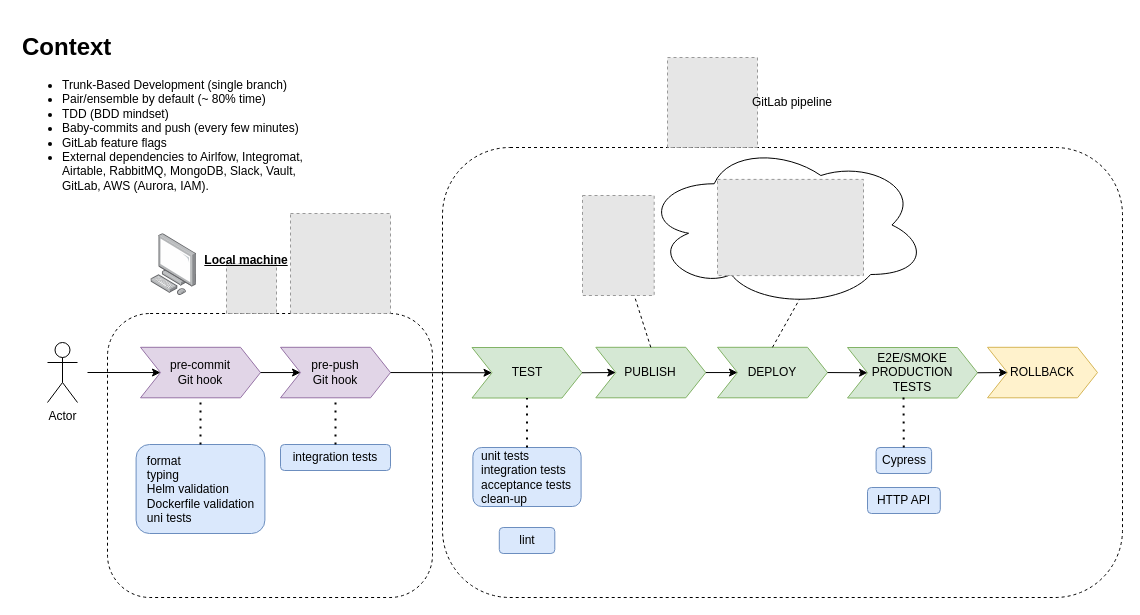
This is page "Clarity AI" (1 of 2) of talk-master-urjc-continuous-deployment/Charla URJC Despliegue Continuo.drawio from islomar/my-notes, a draw.io file, before an edit. Source tidied: cells renumbered, new cells numbered last; positions are measured from the earlier drawing's top-left corner, leaving out a move shared by most shapes. Both pictures are drawn from the tidied source at 100%, with x=0, y=0 at pixel (17, 27). Pictures stored in the file or linked from it are replaced by grey dashed boxes.
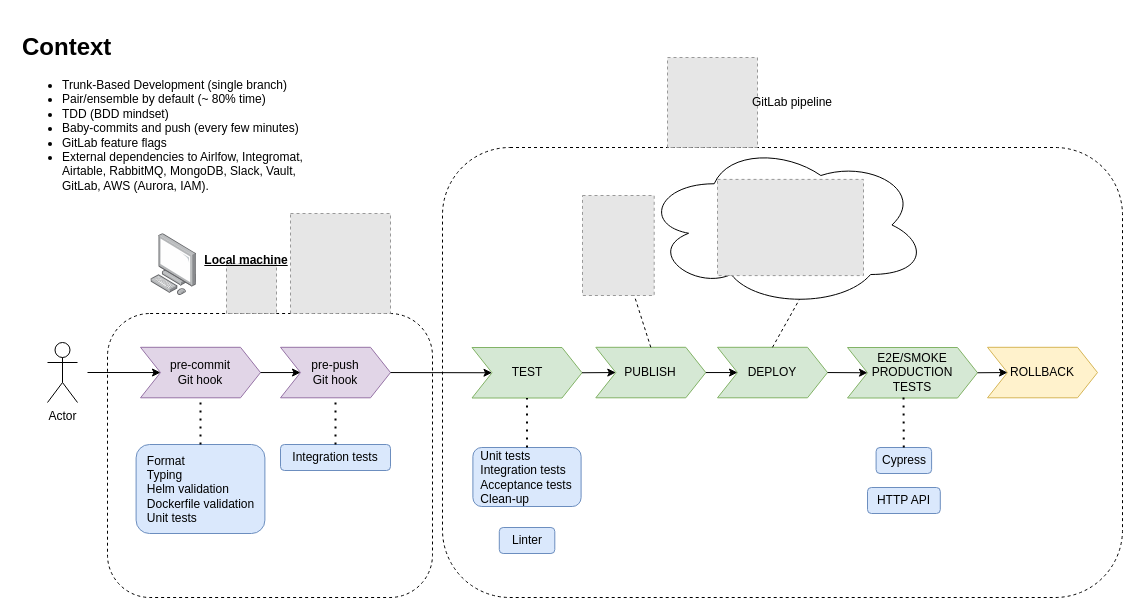
The same page after the edit.

The edit, as a diff of the source:
```diff
@@
-    <mxCell id="16" value="&lt;div style=&quot;text-align: left;&quot;&gt;&lt;span style=&quot;background-color: initial;&quot;&gt;unit tests&lt;/span&gt;&lt;br&gt;&lt;/div&gt;&lt;div style=&quot;text-align: left;&quot;&gt;&lt;span style=&quot;background-color: initial;&quot;&gt;integration tests&lt;/span&gt;&lt;/div&gt;&lt;div style=&quot;text-align: left;&quot;&gt;&lt;span style=&quot;background-color: initial;&quot;&gt;acceptance tests&lt;/span&gt;&lt;/div&gt;&lt;div style=&quot;text-align: left;&quot;&gt;&lt;span style=&quot;background-color: initial;&quot;&gt;clean-up&lt;/span&gt;&lt;/div&gt;" style="rounded=1;whiteSpace=wrap;html=1;fillColor=#dae8fc;strokeColor=#6c8ebf;" parent="1" vertex="1">
+    <mxCell id="16" value="&lt;div style=&quot;text-align: left;&quot;&gt;&lt;span style=&quot;background-color: initial;&quot;&gt;Unit tests&lt;/span&gt;&lt;br&gt;&lt;/div&gt;&lt;div style=&quot;text-align: left;&quot;&gt;&lt;span style=&quot;background-color: initial;&quot;&gt;Integration tests&lt;/span&gt;&lt;/div&gt;&lt;div style=&quot;text-align: left;&quot;&gt;&lt;span style=&quot;background-color: initial;&quot;&gt;Acceptance tests&lt;/span&gt;&lt;/div&gt;&lt;div style=&quot;text-align: left;&quot;&gt;&lt;span style=&quot;background-color: initial;&quot;&gt;Clean-up&lt;/span&gt;&lt;/div&gt;" style="rounded=1;whiteSpace=wrap;html=1;fillColor=#dae8fc;strokeColor=#6c8ebf;" parent="1" vertex="1">
       <mxGeometry x="455.4" y="420" width="108.2" height="59" as="geometry" />
     </mxCell>
-    <mxCell id="17" value="lint" style="rounded=1;whiteSpace=wrap;html=1;fillColor=#dae8fc;strokeColor=#6c8ebf;" parent="1" vertex="1">
+    <mxCell id="17" value="Linter" style="rounded=1;whiteSpace=wrap;html=1;fillColor=#dae8fc;strokeColor=#6c8ebf;" parent="1" vertex="1">
       <mxGeometry x="481.8" y="500" width="55.5" height="26" as="geometry" />
     </mxCell>
@@
-    <mxCell id="29" value="&lt;div style=&quot;text-align: left;&quot;&gt;&lt;span style=&quot;background-color: initial;&quot;&gt;format&lt;/span&gt;&lt;br&gt;&lt;span style=&quot;background-color: initial;&quot;&gt;typing&lt;/span&gt;&lt;br&gt;&lt;span style=&quot;background-color: initial;&quot;&gt;Helm validation&lt;/span&gt;&lt;br&gt;&lt;span style=&quot;background-color: initial;&quot;&gt;Dockerfile validation&lt;/span&gt;&lt;br&gt;&lt;span style=&quot;background-color: initial;&quot;&gt;uni tests&lt;/span&gt;&lt;br&gt;&lt;/div&gt;" style="rounded=1;whiteSpace=wrap;html=1;fillColor=#dae8fc;strokeColor=#6c8ebf;" parent="1" vertex="1">
+    <mxCell id="29" value="&lt;div style=&quot;text-align: left;&quot;&gt;&lt;span style=&quot;background-color: initial;&quot;&gt;Format&lt;/span&gt;&lt;br&gt;&lt;span style=&quot;background-color: initial;&quot;&gt;Typing&lt;/span&gt;&lt;br&gt;&lt;span style=&quot;background-color: initial;&quot;&gt;Helm validation&lt;/span&gt;&lt;br&gt;&lt;span style=&quot;background-color: initial;&quot;&gt;Dockerfile validation&lt;/span&gt;&lt;br&gt;&lt;span style=&quot;background-color: initial;&quot;&gt;Unit tests&lt;/span&gt;&lt;br&gt;&lt;/div&gt;" style="rounded=1;whiteSpace=wrap;html=1;fillColor=#dae8fc;strokeColor=#6c8ebf;" parent="1" vertex="1">
       <mxGeometry x="118.6" y="417" width="128.8" height="89" as="geometry" />
     </mxCell>
-    <mxCell id="30" value="integration tests" style="rounded=1;whiteSpace=wrap;html=1;fillColor=#dae8fc;strokeColor=#6c8ebf;" parent="1" vertex="1">
+    <mxCell id="30" value="Integration tests" style="rounded=1;whiteSpace=wrap;html=1;fillColor=#dae8fc;strokeColor=#6c8ebf;" parent="1" vertex="1">
       <mxGeometry x="263" y="417" width="110" height="26" as="geometry" />
     </mxCell>
```
